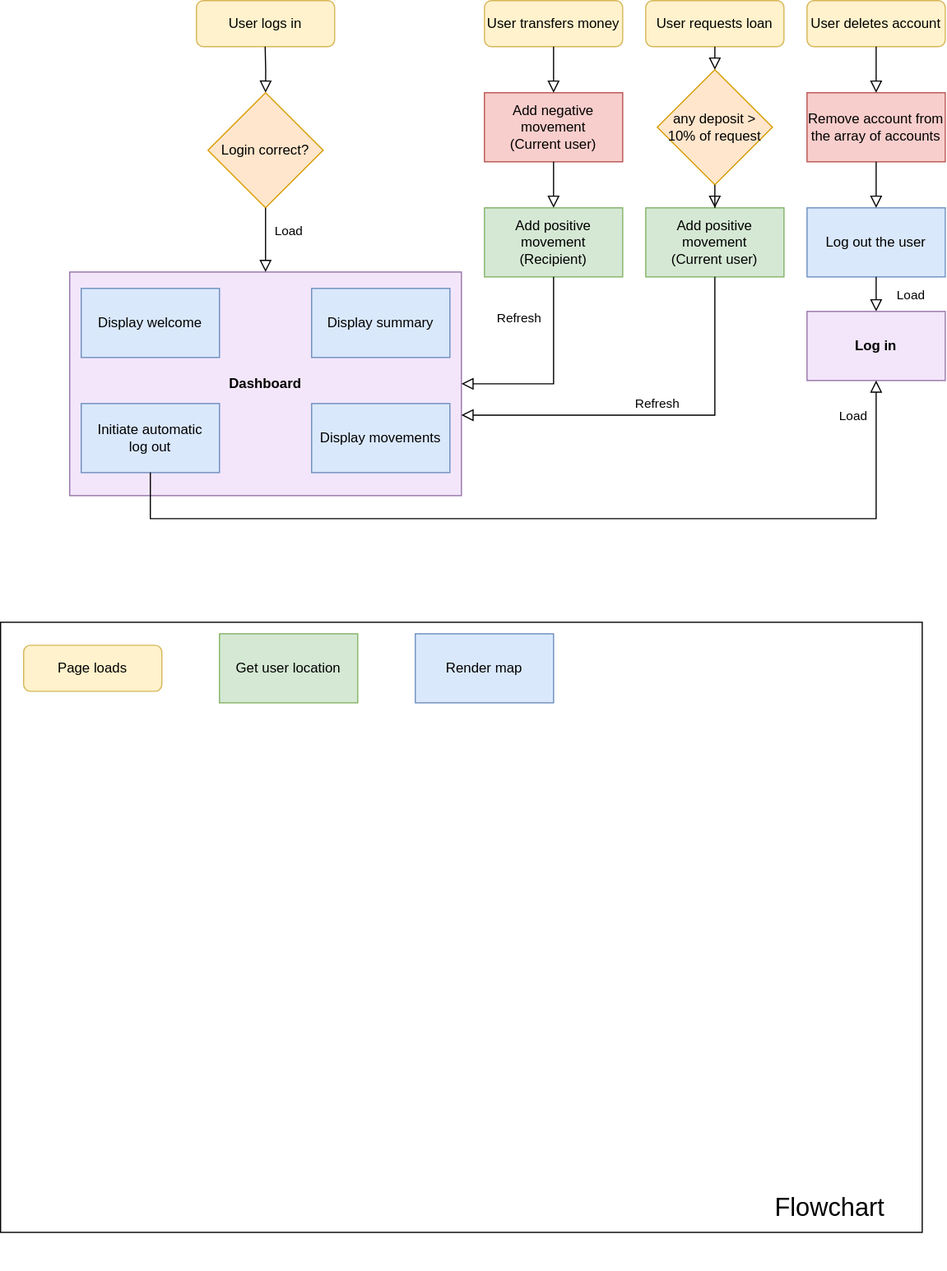
The draw.io diagram flowchart.drawio.svg in josenavarrohub/vanilla-js-eventify, before a commit. Source tidied: cells renumbered, new cells last; positions are measured from the earlier drawing's top-left corner, leaving out a move shared by most shapes.
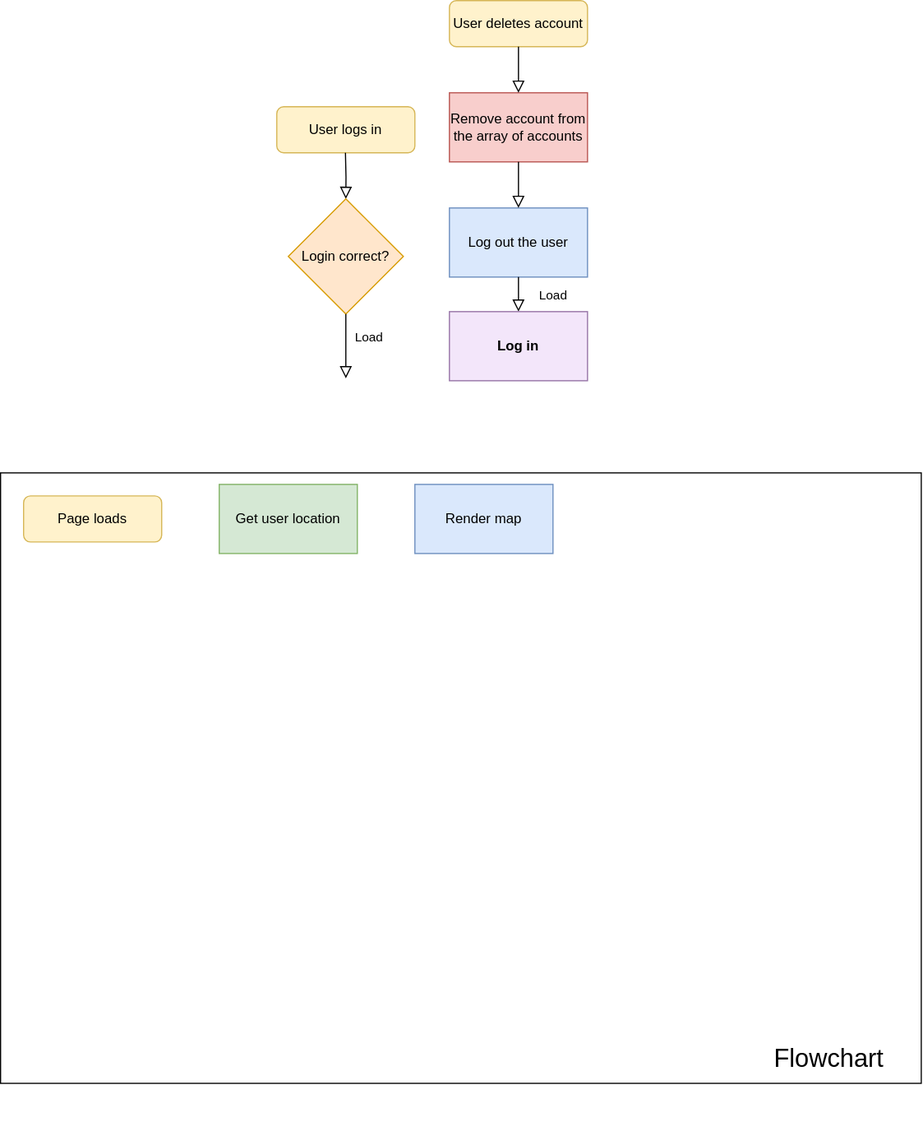
Above is the later version.

The edit, as a diff of the source:
```diff
@@ -6,63 +6,35 @@
       <mxGeometry y="540" width="800" height="530" as="geometry" />
     </mxCell>
     <mxCell id="3" value="User logs in" style="rounded=1;whiteSpace=wrap;html=1;fontSize=12;glass=0;strokeWidth=1;shadow=0;fillColor=#fff2cc;strokeColor=#d6b656;" parent="1" vertex="1">
-      <mxGeometry x="170" width="120" height="40" as="geometry" />
+      <mxGeometry x="240" y="222.1" width="120" height="40" as="geometry" />
     </mxCell>
     <mxCell id="4" style="rounded=0;html=1;jettySize=auto;fontSize=11;endArrow=block;endFill=0;endSize=8;strokeWidth=1;shadow=0;labelBackgroundColor=none;edgeStyle=orthogonalEdgeStyle;entryX=0.5;entryY=0;entryDx=0;entryDy=0;exitX=0.5;exitY=1;exitDx=0;exitDy=0;entryPerimeter=0;" parent="1" edge="1" target="5">
       <mxGeometry relative="1" as="geometry">
-        <mxPoint x="229.7" y="40" as="sourcePoint" />
+        <mxPoint x="299.7" y="262.1" as="sourcePoint" />
       </mxGeometry>
     </mxCell>
     <mxCell id="5" value="Login correct?" style="strokeWidth=1;html=1;shape=mxgraph.flowchart.decision;whiteSpace=wrap;fillColor=#ffe6cc;strokeColor=#d79b00;rounded=0;" parent="1" vertex="1">
-      <mxGeometry x="180" y="80" width="100" height="100" as="geometry" />
+      <mxGeometry x="250" y="302.1" width="100" height="100" as="geometry" />
     </mxCell>
     <mxCell id="6" value="Flowchart" style="text;html=1;strokeColor=none;fillColor=none;align=center;verticalAlign=middle;whiteSpace=wrap;rounded=0;fontSize=22;" parent="1" vertex="1">
       <mxGeometry x="640" y="995.8" width="160" height="106.5" as="geometry" />
     </mxCell>
-    <mxCell id="7" value="Dashboard" style="rounded=0;whiteSpace=wrap;html=1;fillColor=#F3E6FA;strokeColor=#9673a6;fontStyle=1;" parent="1" vertex="1">
-      <mxGeometry x="60" y="235.8" width="340" height="194.2" as="geometry" />
-    </mxCell>
-    <mxCell id="8" value="Load" style="rounded=0;html=1;jettySize=auto;fontSize=11;endArrow=block;endFill=0;endSize=8;strokeWidth=1;shadow=0;labelBackgroundColor=none;edgeStyle=orthogonalEdgeStyle;entryX=0.5;entryY=0;entryDx=0;entryDy=0;exitX=0.5;exitY=1;exitDx=0;exitDy=0;exitPerimeter=0;" parent="1" edge="1" source="5" target="7">
-      <mxGeometry x="-0.28" y="20" relative="1" as="geometry" />
+    <mxCell id="8" value="Load" style="rounded=0;html=1;jettySize=auto;fontSize=11;endArrow=block;endFill=0;endSize=8;strokeWidth=1;shadow=0;labelBackgroundColor=none;edgeStyle=orthogonalEdgeStyle;entryX=0.5;entryY=0;entryDx=0;entryDy=0;exitX=0.5;exitY=1;exitDx=0;exitDy=0;exitPerimeter=0;" parent="1" edge="1" source="5">
+      <mxGeometry x="-0.28" y="20" relative="1" as="geometry">
+        <mxPoint x="300" y="457.9" as="targetPoint" />
+      </mxGeometry>
     </mxCell>
-    <mxCell id="9" value="Display welcome" style="rounded=0;whiteSpace=wrap;html=1;fillColor=#dae8fc;strokeColor=#6c8ebf;" parent="1" vertex="1">
-      <mxGeometry x="70" y="250" width="120" height="60" as="geometry" />
-    </mxCell>
-    <mxCell id="10" value="Display summary" style="rounded=0;whiteSpace=wrap;html=1;fillColor=#dae8fc;strokeColor=#6c8ebf;" parent="1" vertex="1">
-      <mxGeometry x="270" y="250" width="120" height="60" as="geometry" />
-    </mxCell>
-    <mxCell id="11" value="Display movements" style="rounded=0;whiteSpace=wrap;html=1;fillColor=#dae8fc;strokeColor=#6c8ebf;" parent="1" vertex="1">
-      <mxGeometry x="270" y="350" width="120" height="60" as="geometry" />
-    </mxCell>
-    <mxCell id="12" value="User transfers money" style="rounded=1;whiteSpace=wrap;html=1;fontSize=12;glass=0;strokeWidth=1;shadow=0;fillColor=#fff2cc;strokeColor=#d6b656;" parent="1" vertex="1">
-      <mxGeometry x="420" width="120" height="40" as="geometry" />
-    </mxCell>
-    <mxCell id="13" value="Add negative movement&lt;br&gt;(Current user)" style="rounded=0;whiteSpace=wrap;html=1;fillColor=#f8cecc;strokeColor=#b85450;" parent="1" vertex="1">
-      <mxGeometry x="420" y="80" width="120" height="60" as="geometry" />
-    </mxCell>
-    <mxCell id="14" value="Add positive movement&lt;br style=&quot;border-color: var(--border-color);&quot;&gt;(Recipient)" style="rounded=0;whiteSpace=wrap;html=1;fontSize=12;glass=0;strokeWidth=1;shadow=0;fillColor=#d5e8d4;strokeColor=#82b366;" parent="1" vertex="1">
-      <mxGeometry x="420" y="180" width="120" height="60" as="geometry" />
-    </mxCell>
-    <mxCell id="15" style="rounded=0;html=1;jettySize=auto;fontSize=11;endArrow=block;endFill=0;endSize=8;strokeWidth=1;shadow=0;labelBackgroundColor=none;edgeStyle=orthogonalEdgeStyle;entryX=0.5;entryY=0;entryDx=0;entryDy=0;exitX=0.5;exitY=1;exitDx=0;exitDy=0;" parent="1" edge="1" source="12" target="13">
-      <mxGeometry relative="1" as="geometry" />
-    </mxCell>
-    <mxCell id="16" style="rounded=0;html=1;jettySize=auto;fontSize=11;endArrow=block;endFill=0;endSize=8;strokeWidth=1;shadow=0;labelBackgroundColor=none;edgeStyle=orthogonalEdgeStyle;entryX=0.5;entryY=0;entryDx=0;entryDy=0;exitX=0.5;exitY=1;exitDx=0;exitDy=0;" parent="1" edge="1" source="13" target="14">
-      <mxGeometry relative="1" as="geometry" />
-    </mxCell>
-    <mxCell id="17" value="Refresh" style="rounded=0;html=1;jettySize=auto;fontSize=11;endArrow=block;endFill=0;endSize=8;strokeWidth=1;shadow=0;labelBackgroundColor=none;edgeStyle=orthogonalEdgeStyle;entryX=1;entryY=0.5;entryDx=0;entryDy=0;exitX=0.5;exitY=1;exitDx=0;exitDy=0;" parent="1" edge="1" source="14" target="7">
-      <mxGeometry x="-0.59" y="-30" relative="1" as="geometry" />
-    </mxCell>
     <mxCell id="18" value="User deletes account" style="rounded=1;whiteSpace=wrap;html=1;fontSize=12;glass=0;strokeWidth=1;shadow=0;fillColor=#fff2cc;strokeColor=#d6b656;" parent="1" vertex="1">
-      <mxGeometry x="700" width="120" height="40" as="geometry" />
+      <mxGeometry x="390" y="130" width="120" height="40" as="geometry" />
     </mxCell>
     <mxCell id="19" value="Remove account from the array of accounts" style="rounded=0;whiteSpace=wrap;html=1;fillColor=#f8cecc;strokeColor=#b85450;" parent="1" vertex="1">
-      <mxGeometry x="700" y="80" width="120" height="60" as="geometry" />
+      <mxGeometry x="390" y="210" width="120" height="60" as="geometry" />
     </mxCell>
     <mxCell id="20" style="rounded=0;html=1;jettySize=auto;fontSize=11;endArrow=block;endFill=0;endSize=8;strokeWidth=1;shadow=0;labelBackgroundColor=none;edgeStyle=orthogonalEdgeStyle;entryX=0.5;entryY=0;entryDx=0;entryDy=0;exitX=0.5;exitY=1;exitDx=0;exitDy=0;" parent="1" edge="1" source="18" target="19">
       <mxGeometry relative="1" as="geometry" />
     </mxCell>
     <mxCell id="21" value="Log out the user" style="rounded=0;whiteSpace=wrap;html=1;fillColor=#dae8fc;strokeColor=#6c8ebf;" parent="1" vertex="1">
-      <mxGeometry x="700" y="180" width="120" height="60" as="geometry" />
+      <mxGeometry x="390" y="310" width="120" height="60" as="geometry" />
     </mxCell>
     <mxCell id="22" style="rounded=0;html=1;jettySize=auto;fontSize=11;endArrow=block;endFill=0;endSize=8;strokeWidth=1;shadow=0;labelBackgroundColor=none;edgeStyle=orthogonalEdgeStyle;entryX=0.5;entryY=0;entryDx=0;entryDy=0;exitX=0.5;exitY=1;exitDx=0;exitDy=0;" parent="1" edge="1" source="19" target="21">
       <mxGeometry relative="1" as="geometry" />
@@ -71,37 +43,8 @@
       <mxGeometry x="0.08" y="30" relative="1" as="geometry" />
     </mxCell>
     <mxCell id="24" value="Log in" style="rounded=0;whiteSpace=wrap;html=1;fillColor=#F3E6FA;strokeColor=#9673a6;fontStyle=1;" parent="1" vertex="1">
-      <mxGeometry x="700" y="270" width="120" height="60" as="geometry" />
+      <mxGeometry x="390" y="400" width="120" height="60" as="geometry" />
     </mxCell>
-    <mxCell id="25" value="Initiate automatic&lt;br&gt;log out" style="rounded=0;whiteSpace=wrap;html=1;fillColor=#dae8fc;strokeColor=#6c8ebf;" parent="1" vertex="1">
-      <mxGeometry x="70" y="350" width="120" height="60" as="geometry" />
-    </mxCell>
-    <mxCell id="26" value="Load" style="rounded=0;html=1;jettySize=auto;fontSize=11;endArrow=block;endFill=0;endSize=8;strokeWidth=1;shadow=0;labelBackgroundColor=none;edgeStyle=orthogonalEdgeStyle;exitX=0.5;exitY=1;exitDx=0;exitDy=0;" parent="1" edge="1" source="25" target="24">
-      <mxGeometry x="0.92" y="20" relative="1" as="geometry">
-        <Array as="points">
-          <mxPoint x="130" y="450" />
-          <mxPoint x="760" y="450" />
-        </Array>
-      </mxGeometry>
-    </mxCell>
-    <mxCell id="27" value="User requests loan" style="rounded=1;whiteSpace=wrap;html=1;fontSize=12;glass=0;strokeWidth=1;shadow=0;fillColor=#fff2cc;strokeColor=#d6b656;" parent="1" vertex="1">
-      <mxGeometry x="560" width="120" height="40" as="geometry" />
-    </mxCell>
-    <mxCell id="28" value="any deposit &amp;gt; 10% of request" style="strokeWidth=1;html=1;shape=mxgraph.flowchart.decision;whiteSpace=wrap;fillColor=#ffe6cc;strokeColor=#d79b00;rounded=0;" parent="1" vertex="1">
-      <mxGeometry x="570" y="60" width="100" height="100" as="geometry" />
-    </mxCell>
-    <mxCell id="29" style="rounded=0;html=1;jettySize=auto;fontSize=11;endArrow=block;endFill=0;endSize=8;strokeWidth=1;shadow=0;labelBackgroundColor=none;edgeStyle=orthogonalEdgeStyle;exitX=0.5;exitY=1;exitDx=0;exitDy=0;entryX=0.5;entryY=0;entryDx=0;entryDy=0;entryPerimeter=0;" parent="1" edge="1" source="27" target="28">
-      <mxGeometry relative="1" as="geometry" />
-    </mxCell>
-    <mxCell id="30" value="Add positive movement&lt;br style=&quot;border-color: var(--border-color);&quot;&gt;(Current user)" style="rounded=0;whiteSpace=wrap;html=1;fontSize=12;glass=0;strokeWidth=1;shadow=0;fillColor=#d5e8d4;strokeColor=#82b366;" parent="1" vertex="1">
-      <mxGeometry x="560" y="180" width="120" height="60" as="geometry" />
-    </mxCell>
-    <mxCell id="31" style="rounded=0;html=1;jettySize=auto;fontSize=11;endArrow=block;endFill=0;endSize=8;strokeWidth=1;shadow=0;labelBackgroundColor=none;edgeStyle=orthogonalEdgeStyle;exitX=0.5;exitY=1;exitDx=0;exitDy=0;exitPerimeter=0;" parent="1" edge="1" source="28" target="30">
-      <mxGeometry relative="1" as="geometry" />
-    </mxCell>
-    <mxCell id="32" value="Refresh" style="rounded=0;html=1;jettySize=auto;fontSize=11;endArrow=block;endFill=0;endSize=8;strokeWidth=1;shadow=0;labelBackgroundColor=none;edgeStyle=orthogonalEdgeStyle;entryX=1;entryY=0.64;entryDx=0;entryDy=0;exitX=0.5;exitY=1;exitDx=0;exitDy=0;entryPerimeter=0;" parent="1" edge="1" source="30" target="7">
-      <mxGeometry y="-10" relative="1" as="geometry" />
-    </mxCell>
     <mxCell id="33" value="Page loads" style="rounded=1;whiteSpace=wrap;html=1;fontSize=12;glass=0;strokeWidth=1;shadow=0;fillColor=#fff2cc;strokeColor=#d6b656;" parent="1" vertex="1">
       <mxGeometry x="20" y="560" width="120" height="40" as="geometry" />
     </mxCell>
```
